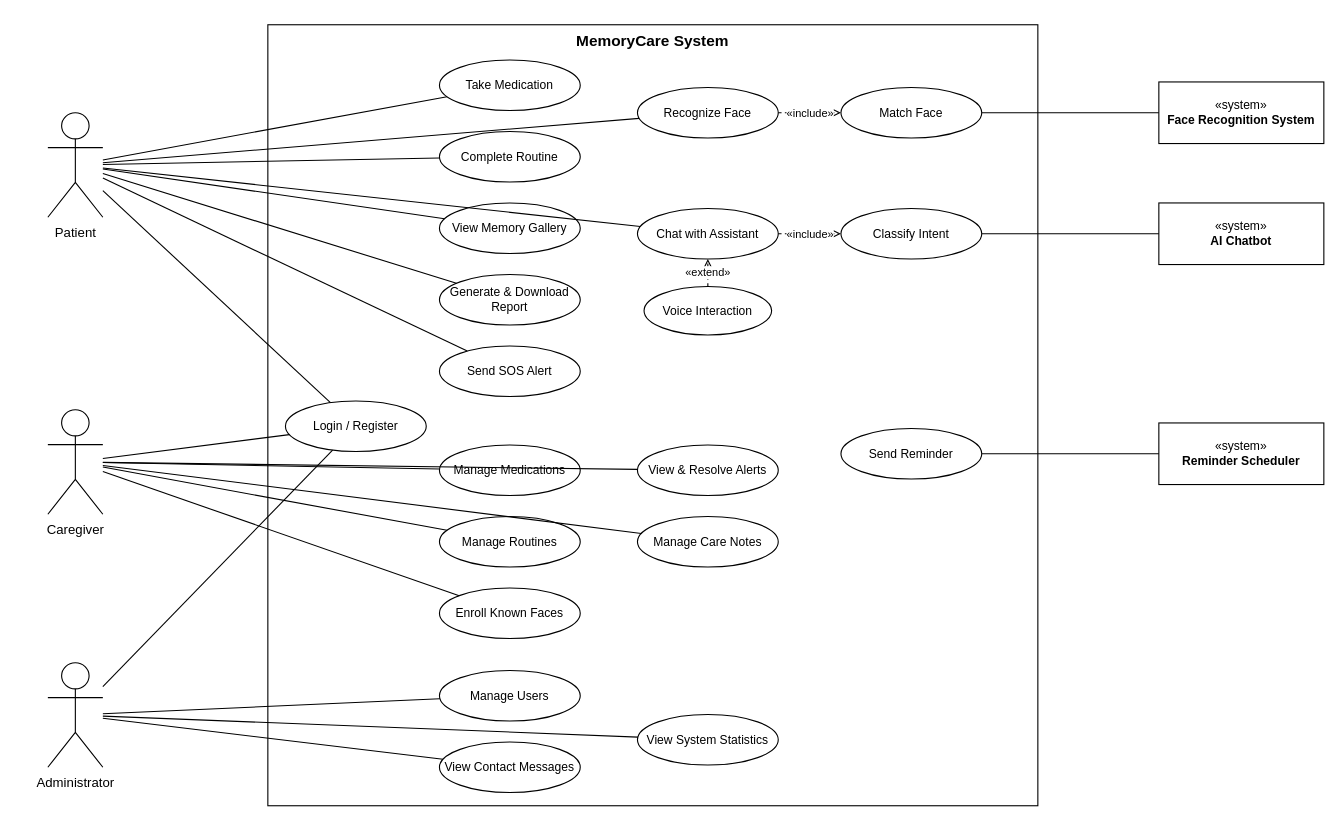
Iraj-Shahzad/memoracare- keeps this draw.io diagram as docs/diagrams/use-case.drawio.xml. Above is the earlier version. Source tidied: cells renumbered, new cells numbered last; positions are measured from the earlier drawing's top-left corner, leaving out a move shared by most shapes. Both pictures are drawn from the tidied source at 110%, with x=0, y=0 at pixel (47, 24).
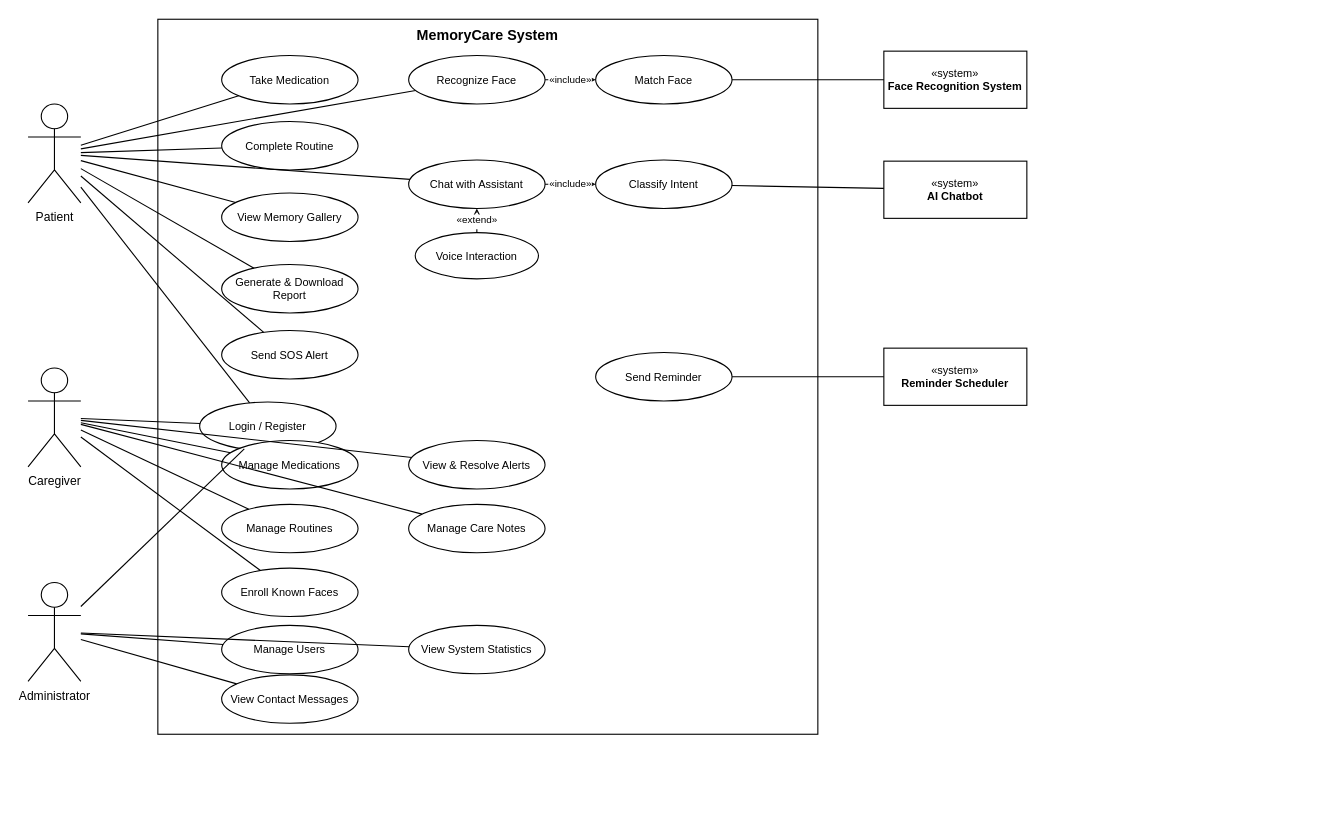
The same diagram, later.

Commit message:
docs: compact A4-friendly use case diagram

The edit, as a diff of the source:
```diff
@@
-    <mxCell id="2" value="MemoryCare System" style="rounded=0;whiteSpace=wrap;html=1;verticalAlign=top;fontStyle=1;fontSize=14;" parent="1" vertex="1">
-      <mxGeometry x="200" width="700" height="710" as="geometry" />
+    <mxCell id="2" value="MemoryCare System" style="rounded=0;whiteSpace=wrap;html=1;verticalAlign=top;fontStyle=1;fontSize=13;" parent="1" vertex="1">
+      <mxGeometry x="100" y="-5" width="600" height="650" as="geometry" />
     </mxCell>
-    <mxCell id="3" value="Patient" style="shape=umlActor;verticalLabelPosition=bottom;verticalAlign=top;html=1;outlineConnect=0;fontSize=12;" parent="1" vertex="1">
-      <mxGeometry y="80" width="50" height="95" as="geometry" />
+    <mxCell id="3" value="Patient" style="shape=umlActor;verticalLabelPosition=bottom;verticalAlign=top;html=1;outlineConnect=0;fontSize=11;" parent="1" vertex="1">
+      <mxGeometry x="-18" y="72" width="48" height="90" as="geometry" />
     </mxCell>
-    <mxCell id="4" value="Caregiver" style="shape=umlActor;verticalLabelPosition=bottom;verticalAlign=top;html=1;outlineConnect=0;fontSize=12;" parent="1" vertex="1">
-      <mxGeometry y="350" width="50" height="95" as="geometry" />
+    <mxCell id="4" value="Caregiver" style="shape=umlActor;verticalLabelPosition=bottom;verticalAlign=top;html=1;outlineConnect=0;fontSize=11;" parent="1" vertex="1">
+      <mxGeometry x="-18" y="312" width="48" height="90" as="geometry" />
     </mxCell>
-    <mxCell id="5" value="Administrator" style="shape=umlActor;verticalLabelPosition=bottom;verticalAlign=top;html=1;outlineConnect=0;fontSize=12;" parent="1" vertex="1">
-      <mxGeometry y="580" width="50" height="95" as="geometry" />
+    <mxCell id="5" value="Administrator" style="shape=umlActor;verticalLabelPosition=bottom;verticalAlign=top;html=1;outlineConnect=0;fontSize=11;" parent="1" vertex="1">
+      <mxGeometry x="-18" y="507" width="48" height="90" as="geometry" />
     </mxCell>
-    <mxCell id="6" value="«system»&lt;br&gt;&lt;b&gt;Face Recognition System&lt;/b&gt;" style="rounded=0;whiteSpace=wrap;html=1;fontSize=11;" parent="1" vertex="1">
-      <mxGeometry x="1010" y="52" width="150" height="56" as="geometry" />
+    <mxCell id="6" value="«system»&lt;br&gt;&lt;b&gt;Face Recognition System&lt;/b&gt;" style="rounded=0;whiteSpace=wrap;html=1;fontSize=10;" parent="1" vertex="1">
+      <mxGeometry x="760" y="24" width="130" height="52" as="geometry" />
     </mxCell>
-    <mxCell id="7" value="«system»&lt;br&gt;&lt;b&gt;AI Chatbot&lt;/b&gt;" style="rounded=0;whiteSpace=wrap;html=1;fontSize=11;" parent="1" vertex="1">
-      <mxGeometry x="1010" y="162" width="150" height="56" as="geometry" />
+    <mxCell id="7" value="«system»&lt;br&gt;&lt;b&gt;AI Chatbot&lt;/b&gt;" style="rounded=0;whiteSpace=wrap;html=1;fontSize=10;" parent="1" vertex="1">
+      <mxGeometry x="760" y="124" width="130" height="52" as="geometry" />
     </mxCell>
-    <mxCell id="8" value="«system»&lt;br&gt;&lt;b&gt;Reminder Scheduler&lt;/b&gt;" style="rounded=0;whiteSpace=wrap;html=1;fontSize=11;" parent="1" vertex="1">
-      <mxGeometry x="1010" y="362" width="150" height="56" as="geometry" />
+    <mxCell id="8" value="«system»&lt;br&gt;&lt;b&gt;Reminder Scheduler&lt;/b&gt;" style="rounded=0;whiteSpace=wrap;html=1;fontSize=10;" parent="1" vertex="1">
+      <mxGeometry x="760" y="294" width="130" height="52" as="geometry" />
     </mxCell>
-    <mxCell id="9" value="Login / Register" style="ellipse;whiteSpace=wrap;html=1;fontSize=11;" parent="1" vertex="1">
-      <mxGeometry x="216" y="342" width="128" height="46" as="geometry" />
+    <mxCell id="9" value="Login / Register" style="ellipse;whiteSpace=wrap;html=1;fontSize=10;" parent="1" vertex="1">
+      <mxGeometry x="138" y="343" width="124" height="44" as="geometry" />
     </mxCell>
-    <mxCell id="10" value="Take Medication" style="ellipse;whiteSpace=wrap;html=1;fontSize=11;" parent="1" vertex="1">
-      <mxGeometry x="356" y="32" width="128" height="46" as="geometry" />
+    <mxCell id="10" value="Take Medication" style="ellipse;whiteSpace=wrap;html=1;fontSize=10;" parent="1" vertex="1">
+      <mxGeometry x="158" y="28" width="124" height="44" as="geometry" />
     </mxCell>
-    <mxCell id="11" value="Complete Routine" style="ellipse;whiteSpace=wrap;html=1;fontSize=11;" parent="1" vertex="1">
-      <mxGeometry x="356" y="97" width="128" height="46" as="geometry" />
+    <mxCell id="11" value="Complete Routine" style="ellipse;whiteSpace=wrap;html=1;fontSize=10;" parent="1" vertex="1">
+      <mxGeometry x="158" y="88" width="124" height="44" as="geometry" />
     </mxCell>
-    <mxCell id="12" value="View Memory Gallery" style="ellipse;whiteSpace=wrap;html=1;fontSize=11;" parent="1" vertex="1">
-      <mxGeometry x="356" y="162" width="128" height="46" as="geometry" />
+    <mxCell id="12" value="View Memory Gallery" style="ellipse;whiteSpace=wrap;html=1;fontSize=10;" parent="1" vertex="1">
+      <mxGeometry x="158" y="153" width="124" height="44" as="geometry" />
     </mxCell>
-    <mxCell id="13" value="Generate &amp; Download Report" style="ellipse;whiteSpace=wrap;html=1;fontSize=11;" parent="1" vertex="1">
-      <mxGeometry x="356" y="227" width="128" height="46" as="geometry" />
+    <mxCell id="13" value="Generate &amp; Download Report" style="ellipse;whiteSpace=wrap;html=1;fontSize=10;" parent="1" vertex="1">
+      <mxGeometry x="158" y="218" width="124" height="44" as="geometry" />
     </mxCell>
-    <mxCell id="14" value="Send SOS Alert" style="ellipse;whiteSpace=wrap;html=1;fontSize=11;" parent="1" vertex="1">
-      <mxGeometry x="356" y="292" width="128" height="46" as="geometry" />
+    <mxCell id="14" value="Send SOS Alert" style="ellipse;whiteSpace=wrap;html=1;fontSize=10;" parent="1" vertex="1">
+      <mxGeometry x="158" y="278" width="124" height="44" as="geometry" />
     </mxCell>
+    <mxCell id="21" value="Manage Medications" style="ellipse;whiteSpace=wrap;html=1;fontSize=10;" parent="1" vertex="1">
+      <mxGeometry x="158" y="378" width="124" height="44" as="geometry" />
+    </mxCell>
+    <mxCell id="22" value="Manage Routines" style="ellipse;whiteSpace=wrap;html=1;fontSize=10;" parent="1" vertex="1">
+      <mxGeometry x="158" y="436" width="124" height="44" as="geometry" />
+    </mxCell>
+    <mxCell id="23" value="Enroll Known Faces" style="ellipse;whiteSpace=wrap;html=1;fontSize=10;" parent="1" vertex="1">
+      <mxGeometry x="158" y="494" width="124" height="44" as="geometry" />
+    </mxCell>
+    <mxCell id="26" value="Manage Users" style="ellipse;whiteSpace=wrap;html=1;fontSize=10;" parent="1" vertex="1">
+      <mxGeometry x="158" y="546" width="124" height="44" as="geometry" />
+    </mxCell>
+    <mxCell id="27" value="View Contact Messages" style="ellipse;whiteSpace=wrap;html=1;fontSize=10;" parent="1" vertex="1">
+      <mxGeometry x="158" y="591" width="124" height="44" as="geometry" />
+    </mxCell>
-    <mxCell id="15" value="Recognize Face" style="ellipse;whiteSpace=wrap;html=1;fontSize=11;" parent="1" vertex="1">
-      <mxGeometry x="536" y="57" width="128" height="46" as="geometry" />
+    <mxCell id="15" value="Recognize Face" style="ellipse;whiteSpace=wrap;html=1;fontSize=10;" parent="1" vertex="1">
+      <mxGeometry x="328" y="28" width="124" height="44" as="geometry" />
     </mxCell>
-    <mxCell id="16" value="Chat with Assistant" style="ellipse;whiteSpace=wrap;html=1;fontSize=11;" parent="1" vertex="1">
-      <mxGeometry x="536" y="167" width="128" height="46" as="geometry" />
+    <mxCell id="16" value="Chat with Assistant" style="ellipse;whiteSpace=wrap;html=1;fontSize=10;" parent="1" vertex="1">
+      <mxGeometry x="328" y="123" width="124" height="44" as="geometry" />
     </mxCell>
-    <mxCell id="17" value="Voice Interaction" style="ellipse;whiteSpace=wrap;html=1;fontSize=11;" parent="1" vertex="1">
-      <mxGeometry x="542" y="238" width="116" height="44" as="geometry" />
+    <mxCell id="17" value="Voice Interaction" style="ellipse;whiteSpace=wrap;html=1;fontSize=10;" parent="1" vertex="1">
+      <mxGeometry x="334" y="189" width="112" height="42" as="geometry" />
     </mxCell>
+    <mxCell id="24" value="View &amp; Resolve Alerts" style="ellipse;whiteSpace=wrap;html=1;fontSize=10;" parent="1" vertex="1">
+      <mxGeometry x="328" y="378" width="124" height="44" as="geometry" />
+    </mxCell>
+    <mxCell id="25" value="Manage Care Notes" style="ellipse;whiteSpace=wrap;html=1;fontSize=10;" parent="1" vertex="1">
+      <mxGeometry x="328" y="436" width="124" height="44" as="geometry" />
+    </mxCell>
+    <mxCell id="28" value="View System Statistics" style="ellipse;whiteSpace=wrap;html=1;fontSize=10;" parent="1" vertex="1">
+      <mxGeometry x="328" y="546" width="124" height="44" as="geometry" />
+    </mxCell>
-    <mxCell id="18" value="Match Face" style="ellipse;whiteSpace=wrap;html=1;fontSize=11;" parent="1" vertex="1">
-      <mxGeometry x="721" y="57" width="128" height="46" as="geometry" />
+    <mxCell id="18" value="Match Face" style="ellipse;whiteSpace=wrap;html=1;fontSize=10;" parent="1" vertex="1">
+      <mxGeometry x="498" y="28" width="124" height="44" as="geometry" />
     </mxCell>
-    <mxCell id="19" value="Classify Intent" style="ellipse;whiteSpace=wrap;html=1;fontSize=11;" parent="1" vertex="1">
-      <mxGeometry x="721" y="167" width="128" height="46" as="geometry" />
+    <mxCell id="19" value="Classify Intent" style="ellipse;whiteSpace=wrap;html=1;fontSize=10;" parent="1" vertex="1">
+      <mxGeometry x="498" y="123" width="124" height="44" as="geometry" />
     </mxCell>
-    <mxCell id="20" value="Send Reminder" style="ellipse;whiteSpace=wrap;html=1;fontSize=11;" parent="1" vertex="1">
-      <mxGeometry x="721" y="367" width="128" height="46" as="geometry" />
+    <mxCell id="20" value="Send Reminder" style="ellipse;whiteSpace=wrap;html=1;fontSize=10;" parent="1" vertex="1">
+      <mxGeometry x="498" y="298" width="124" height="44" as="geometry" />
     </mxCell>
-    <mxCell id="21" value="Manage Medications" style="ellipse;whiteSpace=wrap;html=1;fontSize=11;" parent="1" vertex="1">
-      <mxGeometry x="356" y="382" width="128" height="46" as="geometry" />
-    </mxCell>
-    <mxCell id="22" value="Manage Routines" style="ellipse;whiteSpace=wrap;html=1;fontSize=11;" parent="1" vertex="1">
-      <mxGeometry x="356" y="447" width="128" height="46" as="geometry" />
-    </mxCell>
-    <mxCell id="23" value="Enroll Known Faces" style="ellipse;whiteSpace=wrap;html=1;fontSize=11;" parent="1" vertex="1">
-      <mxGeometry x="356" y="512" width="128" height="46" as="geometry" />
-    </mxCell>
-    <mxCell id="24" value="View &amp; Resolve Alerts" style="ellipse;whiteSpace=wrap;html=1;fontSize=11;" parent="1" vertex="1">
-      <mxGeometry x="536" y="382" width="128" height="46" as="geometry" />
-    </mxCell>
-    <mxCell id="25" value="Manage Care Notes" style="ellipse;whiteSpace=wrap;html=1;fontSize=11;" parent="1" vertex="1">
-      <mxGeometry x="536" y="447" width="128" height="46" as="geometry" />
-    </mxCell>
-    <mxCell id="26" value="Manage Users" style="ellipse;whiteSpace=wrap;html=1;fontSize=11;" parent="1" vertex="1">
-      <mxGeometry x="356" y="587" width="128" height="46" as="geometry" />
-    </mxCell>
-    <mxCell id="27" value="View Contact Messages" style="ellipse;whiteSpace=wrap;html=1;fontSize=11;" parent="1" vertex="1">
-      <mxGeometry x="356" y="652" width="128" height="46" as="geometry" />
-    </mxCell>
-    <mxCell id="28" value="View System Statistics" style="ellipse;whiteSpace=wrap;html=1;fontSize=11;" parent="1" vertex="1">
-      <mxGeometry x="536" y="627" width="128" height="46" as="geometry" />
-    </mxCell>
@@
-    <mxCell id="50" value="«include»" style="endArrow=open;dashed=1;html=1;fontSize=10;" parent="1" edge="1" source="16" target="19">
+    <mxCell id="50" value="«include»" style="endArrow=open;dashed=1;html=1;fontSize=9;" parent="1" edge="1" source="16" target="19">
       <mxGeometry relative="1" as="geometry" />
     </mxCell>
-    <mxCell id="51" value="«include»" style="endArrow=open;dashed=1;html=1;fontSize=10;" parent="1" edge="1" source="15" target="18">
+    <mxCell id="51" value="«include»" style="endArrow=open;dashed=1;html=1;fontSize=9;" parent="1" edge="1" source="15" target="18">
       <mxGeometry relative="1" as="geometry" />
     </mxCell>
-    <mxCell id="52" value="«extend»" style="endArrow=open;dashed=1;html=1;fontSize=10;" parent="1" edge="1" source="17" target="16">
+    <mxCell id="52" value="«extend»" style="endArrow=open;dashed=1;html=1;fontSize=9;" parent="1" edge="1" source="17" target="16">
       <mxGeometry relative="1" as="geometry" />
     </mxCell>
```
